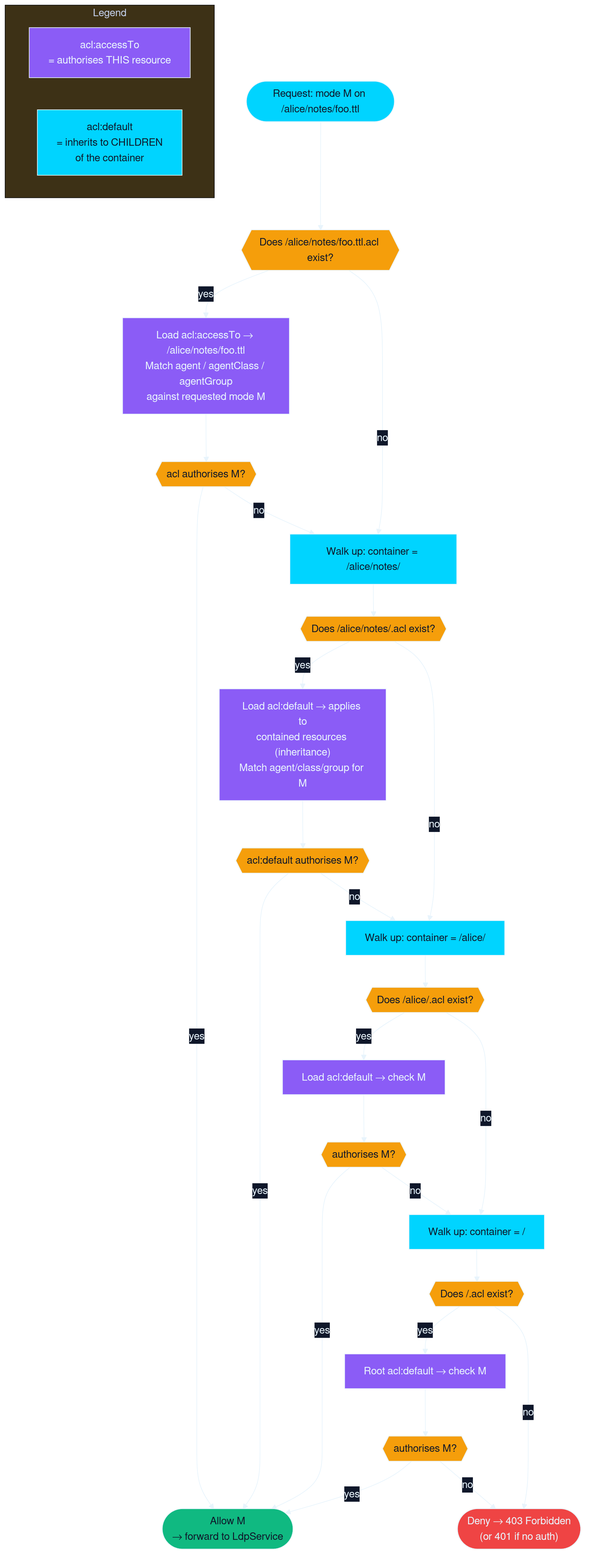
The Mermaid diagram crates/solid-pod-rs/docs/diagrams/rendered/03-wac-inheritance.png in DreamLab-AI/solid-pod-rs, before a commit. Its source is kept beside it as crates/solid-pod-rs/docs/diagrams/src/03-wac-inheritance.mmd.
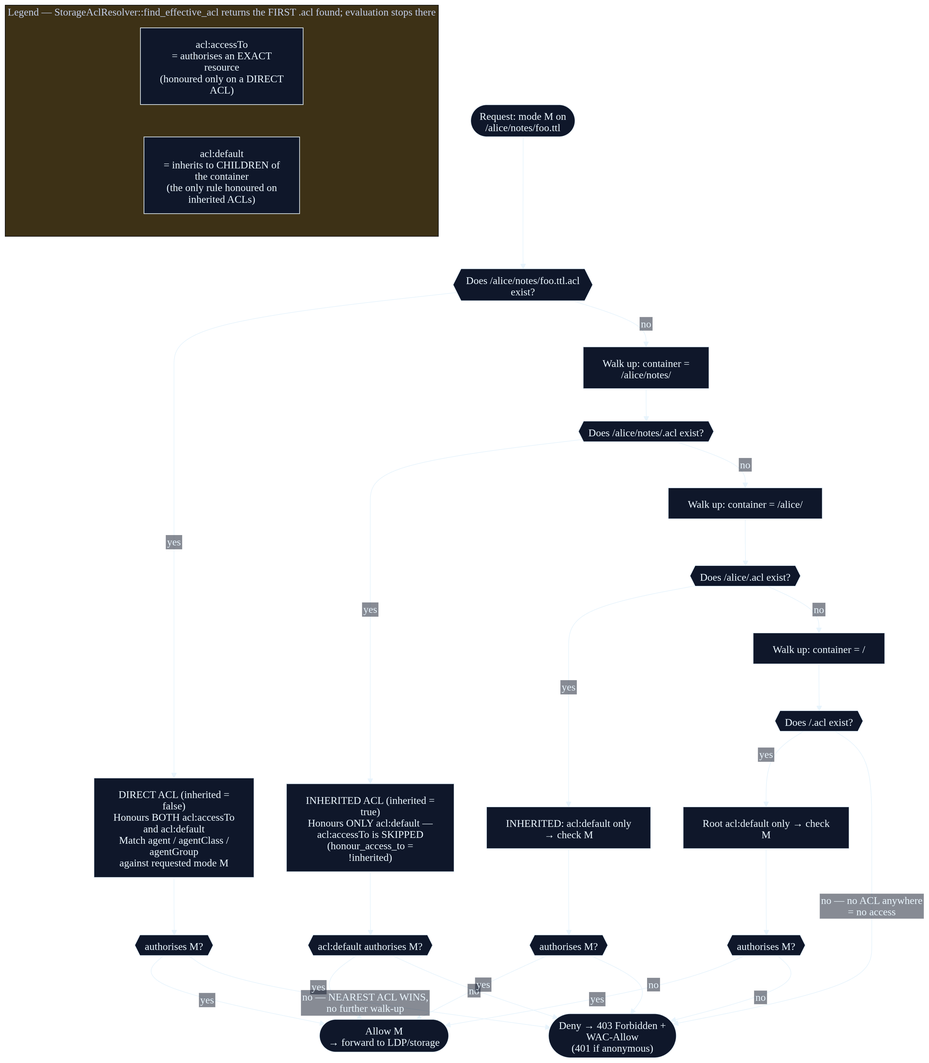
Above is the later version.

The edit, as a diff of the source:
```diff
@@ -6,12 +6,12 @@
 flowchart TD
   START(["Request: mode M on /alice/notes/foo.ttl"]):::entry
   RACL{{"Does /alice/notes/foo.ttl.acl exist?"}}:::gate
-  RDOC["DIRECT ACL (inherited = false)\nHonours BOTH acl:accessTo and acl:default\nMatch agent / agentClass / agentGroup\nagainst requested mode M"]:::gov
+  RDOC["DIRECT ACL (inherited = false)<br/>Honours BOTH acl:accessTo and acl:default<br/>Match agent / agentClass / agentGroup<br/>against requested mode M"]:::gov
   RDEC{{"authorises M?"}}:::gate
 
   UP1["Walk up: container = /alice/notes/"]:::svc
   C1ACL{{"Does /alice/notes/.acl exist?"}}:::gate
-  C1DEF["INHERITED ACL (inherited = true)\nHonours ONLY acl:default —\nacl:accessTo is SKIPPED\n(honour_access_to = !inherited)"]:::gov
+  C1DEF["INHERITED ACL (inherited = true)<br/>Honours ONLY acl:default —<br/>acl:accessTo is SKIPPED<br/>(honour_access_to = !inherited)"]:::gov
   C1DEC{{"acl:default authorises M?"}}:::gate
 
   UP2["Walk up: container = /alice/"]:::svc
@@ -24,14 +24,14 @@
   C3DEF["Root acl:default only → check M"]:::gov
   C3DEC{{"authorises M?"}}:::gate
 
-  ALLOW(["Allow M\n→ forward to LDP/storage"]):::allow
-  DENY(["Deny → 403 Forbidden + WAC-Allow\n(401 if anonymous)"]):::deny
+  ALLOW(["Allow M<br/>→ forward to LDP/storage"]):::allow
+  DENY(["Deny → 403 Forbidden + WAC-Allow<br/>(401 if anonymous)"]):::deny
 
   START --> RACL
   RACL -- yes --> RDOC --> RDEC
   RACL -- no --> UP1
   RDEC -- yes --> ALLOW
-  RDEC -- "no — NEAREST ACL WINS,\nno further walk-up" --> DENY
+  RDEC -- "no — NEAREST ACL WINS,<br/>no further walk-up" --> DENY
 
   UP1 --> C1ACL
   C1ACL -- yes --> C1DEF --> C1DEC
@@ -47,14 +47,14 @@
 
   UP3 --> C3ACL
   C3ACL -- yes --> C3DEF --> C3DEC
-  C3ACL -- "no — no ACL anywhere\n= no access" --> DENY
+  C3ACL -- "no — no ACL anywhere<br/>= no access" --> DENY
   C3DEC -- yes --> ALLOW
   C3DEC -- no --> DENY
 
   subgraph LEG["Legend — StorageAclResolver::find_effective_acl returns the FIRST .acl found; evaluation stops there"]
     direction LR
-    L1["acl:accessTo\n= authorises an EXACT resource\n(honoured only on a DIRECT ACL)"]:::gov
-    L2["acl:default\n= inherits to CHILDREN of the container\n(the only rule honoured on inherited ACLs)"]:::svc
+    L1["acl:accessTo<br/>= authorises an EXACT resource<br/>(honoured only on a DIRECT ACL)"]:::gov
+    L2["acl:default<br/>= inherits to CHILDREN of the container<br/>(the only rule honoured on inherited ACLs)"]:::svc
   end
 
   classDef entry fill:#00D4FF,stroke:#E8F4FC,stroke-width:1px,color:#0f172a
```
